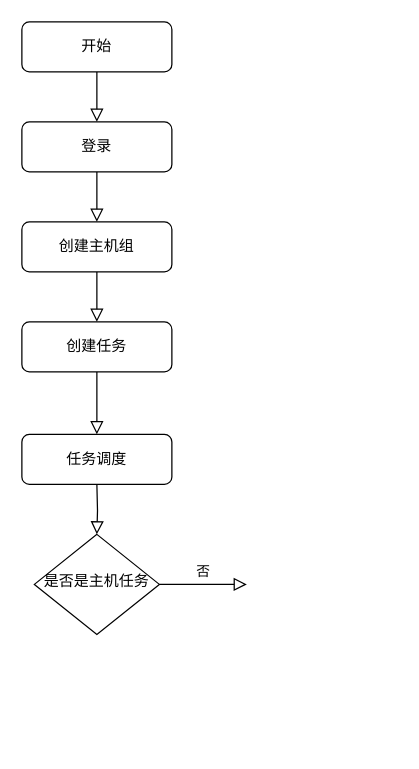
Earlier version of the draw.io diagram 系统流程图.drawio (tianshengdiwangK/common). Source tidied: cells renumbered, new cells numbered last; positions are measured from the earlier drawing's top-left corner, leaving out a move shared by most shapes. Both pictures are drawn from the tidied source at 125%, with x=0, y=0 at pixel (21, 21).
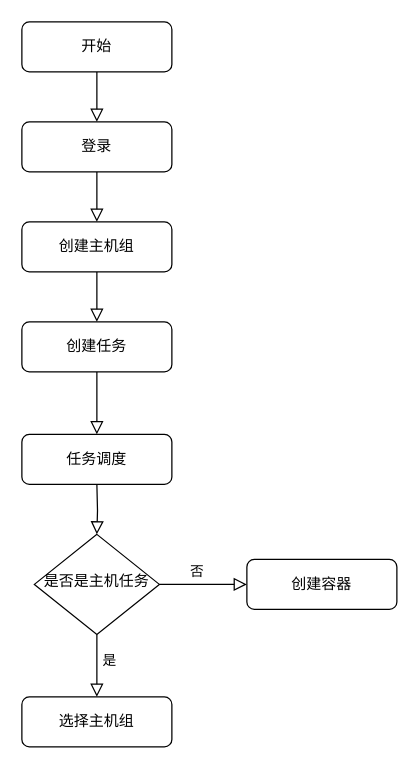
The same page after the edit.

Commit message (it also covers changes not shown here):
更新系统流程图.drawio

The change refers to these unchanged cells:
```xml
<mxCell id="3" value="是否是主机任务" style="rhombus;whiteSpace=wrap;html=1;shadow=0;fontFamily=Helvetica;fontSize=12;align=center;strokeWidth=1;spacing=6;spacingTop=-4;" parent="1" vertex="1">
  <mxGeometry x="10" y="410" width="100" height="80" as="geometry" />
</mxCell>
```

What changed in the source:
```diff
@@
     <mxCell id="12" value="否" style="rounded=0;html=1;jettySize=auto;fontSize=11;endArrow=block;endFill=0;endSize=8;strokeWidth=1;shadow=0;labelBackgroundColor=none;edgeStyle=orthogonalEdgeStyle;exitX=1;exitY=0.5;exitDx=0;exitDy=0;" parent="1" edge="1" source="3">
-      <mxGeometry x="-0.01" y="-10" relative="1" as="geometry">
+      <mxGeometry x="-0.15" y="10" relative="1" as="geometry">
         <mxPoint x="180" y="450" as="targetPoint" />
-        <mxPoint x="10" y="-10" as="offset" />
       </mxGeometry>
     </mxCell>
@@
+    <mxCell id="14" value="创建容器" style="rounded=1;whiteSpace=wrap;html=1;fontSize=12;glass=0;strokeWidth=1;shadow=0;" parent="1" vertex="1">
+      <mxGeometry x="180" y="430" width="120" height="40" as="geometry" />
+    </mxCell>
+    <mxCell id="15" value="是" style="rounded=0;html=1;jettySize=auto;fontSize=11;endArrow=block;endFill=0;endSize=8;strokeWidth=1;shadow=0;labelBackgroundColor=none;edgeStyle=orthogonalEdgeStyle;exitX=0.5;exitY=1;exitDx=0;exitDy=0;" parent="1" edge="1" source="3">
+      <mxGeometry x="-0.15" y="10" relative="1" as="geometry">
+        <mxPoint x="60" y="540" as="targetPoint" />
+      </mxGeometry>
+    </mxCell>
+    <mxCell id="16" value="选择主机组" style="rounded=1;whiteSpace=wrap;html=1;fontSize=12;glass=0;strokeWidth=1;shadow=0;" parent="1" vertex="1">
+      <mxGeometry y="540" width="120" height="40" as="geometry" />
+    </mxCell>
```
